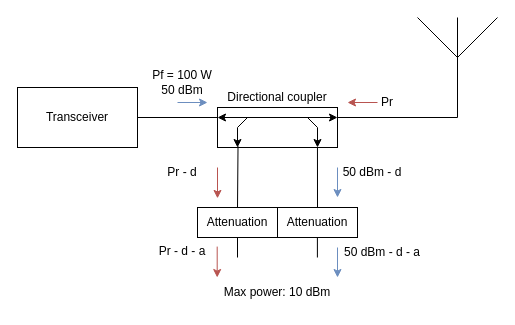
KI3P/KI3P.github.io keeps this draw.io diagram as assets/images/directional_coupler_diagram.drawio. Above is the earlier version. Source tidied: cells renumbered, new cells numbered last; positions are measured from the earlier drawing's top-left corner, leaving out a move shared by most shapes. Both pictures are drawn from the tidied source at 100%, with x=0, y=0 at pixel (17, 17).
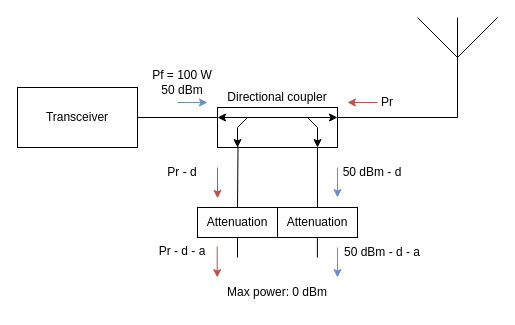
The same diagram, later.

Commit message (it also covers changes not shown here):
Fixed error in diagram

What changed in the source:
```diff
@@
-    <mxCell id="26" value="Max power: 10 dBm" style="text;html=1;strokeColor=none;fillColor=none;align=center;verticalAlign=middle;whiteSpace=wrap;rounded=0;" parent="1" vertex="1">
+    <mxCell id="26" value="Max power: 0 dBm" style="text;html=1;strokeColor=none;fillColor=none;align=center;verticalAlign=middle;whiteSpace=wrap;rounded=0;" parent="1" vertex="1">
       <mxGeometry x="200" y="260" width="120" height="30" as="geometry" />
     </mxCell>
```
